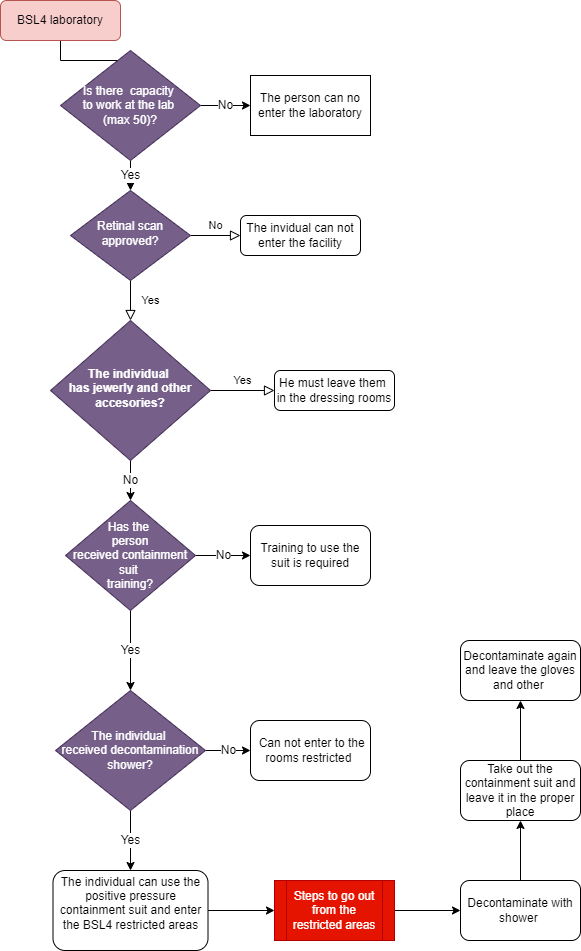
Earlier version of the draw.io export Final.png (dosterbank/draws). Source tidied: cells renumbered, new cells last; positions are measured from the earlier drawing's top-left corner, leaving out a move shared by most shapes.
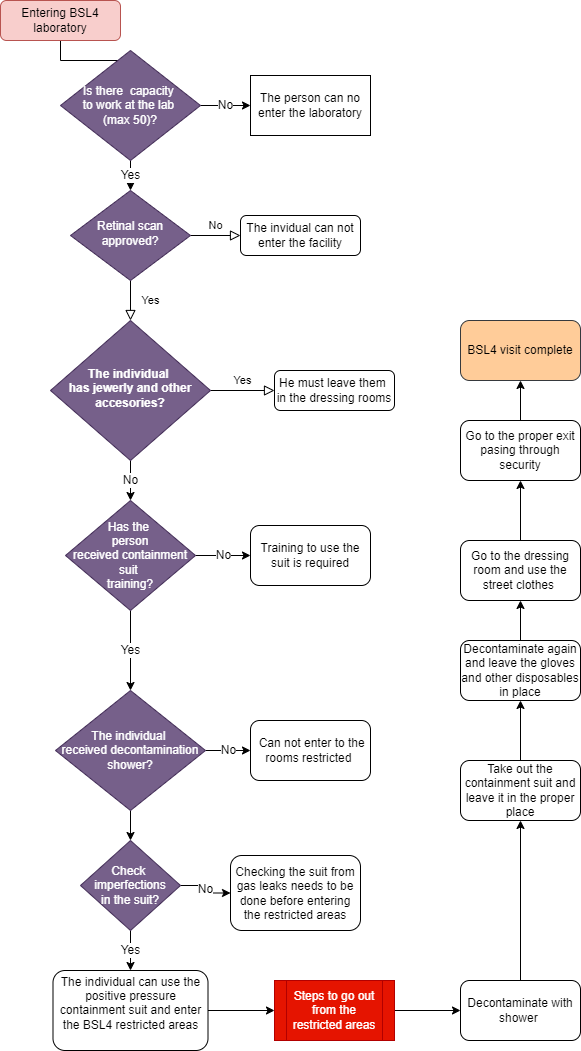
The same file after the commit.

Diff of the diagram source:
```diff
@@ -5,7 +5,7 @@
     <mxCell id="2" style="edgeStyle=orthogonalEdgeStyle;rounded=0;jettySize=auto;html=1;entryX=0.5;entryY=0;entryDx=0;entryDy=0;fontSize=12;" parent="1" edge="1" source="3" target="14">
       <mxGeometry relative="1" as="geometry" />
     </mxCell>
-    <mxCell id="3" value="BSL4 laboratory" style="rounded=1;whiteSpace=wrap;html=1;fontSize=12;glass=0;strokeWidth=1;shadow=0;fillColor=#f8cecc;strokeColor=#b85450;" parent="1" vertex="1">
+    <mxCell id="3" value="Entering BSL4 laboratory" style="rounded=1;whiteSpace=wrap;html=1;fontSize=12;glass=0;strokeWidth=1;shadow=0;fillColor=#f8cecc;strokeColor=#b85450;" parent="1" vertex="1">
       <mxGeometry width="120" height="40" as="geometry" />
     </mxCell>
     <mxCell id="4" value="Yes" style="rounded=0;html=1;jettySize=auto;fontSize=11;endArrow=block;endFill=0;endSize=8;strokeWidth=1;shadow=0;labelBackgroundColor=none;edgeStyle=orthogonalEdgeStyle;" parent="1" edge="1" source="6" target="10">
@@ -59,9 +59,9 @@
     <mxCell id="20" value="No" style="edgeStyle=orthogonalEdgeStyle;rounded=0;jettySize=auto;html=1;fontSize=12;" parent="1" edge="1" source="22" target="23">
       <mxGeometry relative="1" as="geometry" />
     </mxCell>
-    <mxCell id="21" value="Yes" style="edgeStyle=orthogonalEdgeStyle;rounded=0;jettySize=auto;html=1;entryX=0.5;entryY=0;entryDx=0;entryDy=0;fontSize=12;" parent="1" edge="1" source="22" target="25">
-      <mxGeometry relative="1" as="geometry" />
-    </mxCell>
+    <mxCell id="33" style="edgeStyle=orthogonalEdgeStyle;rounded=0;jettySize=auto;html=1;fontSize=12;" parent="1" edge="1" source="22" target="41">
+      <mxGeometry relative="1" as="geometry" />
+    </mxCell>
     <mxCell id="22" value="The individual&amp;nbsp;&lt;br&gt;received decontamination&lt;br&gt;shower?" style="rhombus;whiteSpace=wrap;html=1;fontSize=12;fillColor=#76608a;fontColor=#ffffff;strokeColor=#432D57;" parent="1" vertex="1">
       <mxGeometry x="55" y="690" width="150" height="120" as="geometry" />
     </mxCell>
@@ -72,19 +72,19 @@
       <mxGeometry relative="1" as="geometry" />
     </mxCell>
     <mxCell id="25" value="The individual can use the positive pressure containment suit and enter the BSL4 restricted areas&lt;br&gt;&amp;nbsp;" style="rounded=1;whiteSpace=wrap;html=1;fontSize=12;glass=0;strokeWidth=1;shadow=0;" parent="1" vertex="1">
-      <mxGeometry x="52.5" y="870" width="155" height="80" as="geometry" />
+      <mxGeometry x="52.5" y="970" width="155" height="80" as="geometry" />
     </mxCell>
     <mxCell id="26" style="edgeStyle=orthogonalEdgeStyle;rounded=0;jettySize=auto;html=1;fontSize=12;" parent="1" edge="1" source="27" target="29">
       <mxGeometry relative="1" as="geometry" />
     </mxCell>
     <mxCell id="27" value="Steps to go out from the restricted areas" style="shape=process;whiteSpace=wrap;html=1;backgroundOutline=1;fontSize=12;fillColor=#e51400;fontColor=#ffffff;strokeColor=#B20000;" parent="1" vertex="1">
-      <mxGeometry x="274" y="880" width="120" height="60" as="geometry" />
+      <mxGeometry x="274" y="980" width="120" height="60" as="geometry" />
     </mxCell>
     <mxCell id="28" style="edgeStyle=orthogonalEdgeStyle;rounded=0;jettySize=auto;html=1;fontSize=12;" parent="1" edge="1" source="29" target="31">
       <mxGeometry relative="1" as="geometry" />
     </mxCell>
     <mxCell id="29" value="Decontaminate with shower&amp;nbsp;" style="rounded=1;whiteSpace=wrap;html=1;fontSize=12;" parent="1" vertex="1">
-      <mxGeometry x="460" y="880" width="120" height="60" as="geometry" />
+      <mxGeometry x="460" y="980" width="120" height="60" as="geometry" />
     </mxCell>
     <mxCell id="30" style="edgeStyle=orthogonalEdgeStyle;rounded=0;jettySize=auto;html=1;fontSize=12;" parent="1" edge="1" source="31" target="32">
       <mxGeometry relative="1" as="geometry" />
@@ -92,8 +92,38 @@
     <mxCell id="31" value="Take out the containment suit and leave it in the proper place" style="rounded=1;whiteSpace=wrap;html=1;fontSize=12;" parent="1" vertex="1">
       <mxGeometry x="460" y="760" width="120" height="60" as="geometry" />
     </mxCell>
+    <mxCell id="34" style="edgeStyle=orthogonalEdgeStyle;rounded=0;jettySize=auto;html=1;fontSize=12;" parent="1" edge="1" source="32" target="36">
+      <mxGeometry relative="1" as="geometry" />
+    </mxCell>
-    <mxCell id="32" value="Decontaminate again and leave the gloves and other&amp;nbsp;" style="rounded=1;whiteSpace=wrap;html=1;fontSize=12;" parent="1" vertex="1">
+    <mxCell id="32" value="Decontaminate again and leave the gloves and other disposables in place" style="rounded=1;whiteSpace=wrap;html=1;fontSize=12;" parent="1" vertex="1">
       <mxGeometry x="460" y="640" width="120" height="60" as="geometry" />
     </mxCell>
+    <mxCell id="35" style="edgeStyle=orthogonalEdgeStyle;rounded=0;jettySize=auto;html=1;fontSize=12;" parent="1" edge="1" source="36" target="38">
+      <mxGeometry relative="1" as="geometry" />
+    </mxCell>
+    <mxCell id="36" value="Go to the dressing room and use the street clothes&amp;nbsp;" style="rounded=1;whiteSpace=wrap;html=1;fontSize=12;" parent="1" vertex="1">
+      <mxGeometry x="460" y="540" width="120" height="60" as="geometry" />
+    </mxCell>
+    <mxCell id="37" style="edgeStyle=orthogonalEdgeStyle;rounded=0;jettySize=auto;html=1;fontSize=12;" parent="1" edge="1" source="38" target="39">
+      <mxGeometry relative="1" as="geometry" />
+    </mxCell>
+    <mxCell id="38" value="Go to the proper exit pasing through security" style="rounded=1;whiteSpace=wrap;html=1;fontSize=12;" parent="1" vertex="1">
+      <mxGeometry x="460" y="420" width="120" height="60" as="geometry" />
+    </mxCell>
+    <mxCell id="39" value="BSL4 visit complete" style="rounded=1;whiteSpace=wrap;html=1;fontSize=12;fillColor=#ffcc99;strokeColor=#36393d;" parent="1" vertex="1">
+      <mxGeometry x="460" y="320" width="120" height="60" as="geometry" />
+    </mxCell>
+    <mxCell id="21" value="Yes" style="edgeStyle=orthogonalEdgeStyle;rounded=0;jettySize=auto;html=1;fontSize=12;" parent="1" edge="1" source="41" target="25">
+      <mxGeometry relative="1" as="geometry" />
+    </mxCell>
+    <mxCell id="40" value="No" style="edgeStyle=orthogonalEdgeStyle;rounded=0;jettySize=auto;html=1;fontSize=12;" parent="1" edge="1" source="41" target="42">
+      <mxGeometry relative="1" as="geometry" />
+    </mxCell>
+    <mxCell id="41" value="Check&amp;nbsp;&lt;br&gt;imperfections&lt;br&gt;in the suit?" style="rhombus;whiteSpace=wrap;html=1;fontSize=12;fillColor=#76608a;fontColor=#ffffff;strokeColor=#432D57;" parent="1" vertex="1">
+      <mxGeometry x="80" y="840" width="100" height="90" as="geometry" />
+    </mxCell>
+    <mxCell id="42" value="Checking the suit from gas leaks needs to be done before entering the restricted areas" style="rounded=1;whiteSpace=wrap;html=1;fontSize=12;" parent="1" vertex="1">
+      <mxGeometry x="230" y="855" width="130" height="75" as="geometry" />
+    </mxCell>
   </root>
 </mxGraphModel>
```
